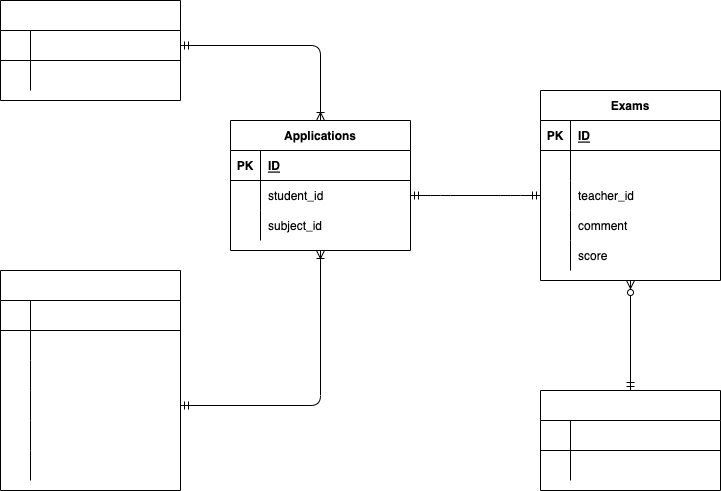
Earlier version of the draw.io export er_ensyuu.drawio.png (hijitetsu28/er_ensyu). Source tidied: cells renumbered, new cells last; positions are measured from the earlier drawing's top-left corner, leaving out a move shared by most shapes.
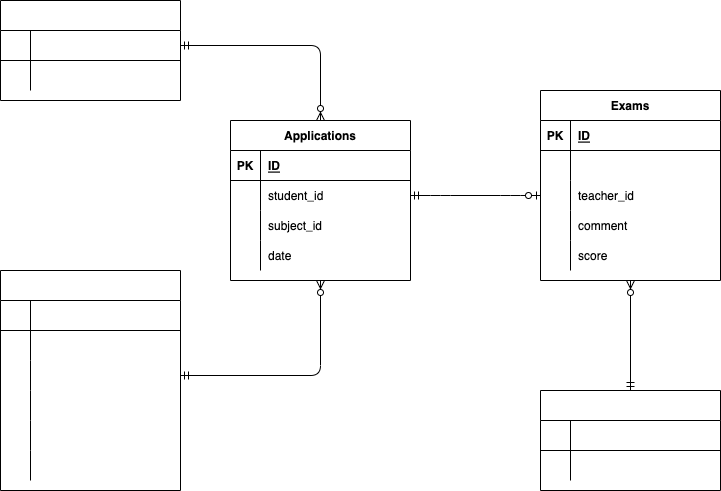
After the commit.

The edit, as a diff of the source:
```diff
@@ -150,7 +150,7 @@
       <mxGeometry x="30" width="150" height="30" as="geometry" />
     </mxCell>
     <mxCell id="51" value="Applications" style="shape=table;startSize=30;rowLines=0;fontStyle=1;align=center;" parent="1" vertex="1">
-      <mxGeometry x="230" y="120" width="180" height="130" as="geometry" />
+      <mxGeometry x="230" y="120" width="180" height="160" as="geometry" />
     </mxCell>
     <mxCell id="52" style="shape=partialRectangle;fillColor=none;top=0;left=0;bottom=1;right=0;" parent="51" vertex="1">
       <mxGeometry y="30" width="180" height="30" as="geometry" />
@@ -170,26 +170,35 @@
     <mxCell id="57" value="student_id" style="shape=partialRectangle;fillColor=none;top=0;left=0;bottom=0;right=0;align=left;spacingLeft=6;overflow=hidden;" parent="55" vertex="1">
       <mxGeometry x="30" width="150" height="30" as="geometry" />
     </mxCell>
+    <mxCell id="65" style="shape=partialRectangle;fillColor=none;top=0;left=0;bottom=0;right=0;" parent="51" vertex="1">
+      <mxGeometry y="90" width="180" height="30" as="geometry" />
+    </mxCell>
+    <mxCell id="66" style="shape=partialRectangle;fillColor=none;top=0;left=0;bottom=0;right=0;overflow=hidden;" parent="65" vertex="1">
+      <mxGeometry width="30" height="30" as="geometry" />
+    </mxCell>
+    <mxCell id="67" value="subject_id" style="shape=partialRectangle;fillColor=none;top=0;left=0;bottom=0;right=0;align=left;spacingLeft=6;overflow=hidden;" parent="65" vertex="1">
+      <mxGeometry x="30" width="150" height="30" as="geometry" />
+    </mxCell>
     <mxCell id="58" style="shape=partialRectangle;fillColor=none;top=0;left=0;bottom=0;right=0;" parent="51" vertex="1">
-      <mxGeometry y="90" width="180" height="30" as="geometry" />
+      <mxGeometry y="120" width="180" height="30" as="geometry" />
     </mxCell>
     <mxCell id="59" style="shape=partialRectangle;fillColor=none;top=0;left=0;bottom=0;right=0;overflow=hidden;" parent="58" vertex="1">
       <mxGeometry width="30" height="30" as="geometry" />
     </mxCell>
-    <mxCell id="60" value="subject_id" style="shape=partialRectangle;fillColor=none;top=0;left=0;bottom=0;right=0;align=left;spacingLeft=6;overflow=hidden;" parent="58" vertex="1">
+    <mxCell id="60" value="date" style="shape=partialRectangle;fillColor=none;top=0;left=0;bottom=0;right=0;align=left;spacingLeft=6;overflow=hidden;" parent="58" vertex="1">
       <mxGeometry x="30" width="150" height="30" as="geometry" />
     </mxCell>
+    <mxCell id="64" style="fontSize=12;html=1;endArrow=ERzeroToMany;startArrow=ERmandOne;entryX=0.5;entryY=1;entryDx=0;entryDy=0;exitX=0.5;exitY=0;exitDx=0;exitDy=0;" parent="1" edge="1" source="44" target="2">
+      <mxGeometry relative="1" as="geometry" />
+    </mxCell>
-    <mxCell id="61" style="edgeStyle=orthogonalEdgeStyle;fontSize=12;html=1;endArrow=ERoneToMany;startArrow=ERmandOne;exitX=1;exitY=0.5;exitDx=0;exitDy=0;entryX=0.5;entryY=0;entryDx=0;entryDy=0;" parent="1" edge="1" source="19" target="51">
+    <mxCell id="61" style="edgeStyle=orthogonalEdgeStyle;fontSize=12;html=1;endArrow=ERzeroToMany;startArrow=ERmandOne;exitX=1;exitY=0.5;exitDx=0;exitDy=0;entryX=0.5;entryY=0;entryDx=0;entryDy=0;" parent="1" edge="1" source="19" target="51">
       <mxGeometry relative="1" as="geometry" />
     </mxCell>
-    <mxCell id="62" style="edgeStyle=orthogonalEdgeStyle;fontSize=12;html=1;endArrow=ERoneToMany;startArrow=ERmandOne;exitX=1;exitY=0.5;exitDx=0;exitDy=0;entryX=0.5;entryY=1;entryDx=0;entryDy=0;" parent="1" edge="1" source="35" target="51">
-      <mxGeometry relative="1" as="geometry" />
-    </mxCell>
+    <mxCell id="68" style="edgeStyle=orthogonalEdgeStyle;fontSize=12;html=1;endArrow=ERzeroToMany;startArrow=ERmandOne;exitX=1;exitY=0.5;exitDx=0;exitDy=0;entryX=0.5;entryY=1;entryDx=0;entryDy=0;" parent="1" edge="1" source="32" target="51">
+      <mxGeometry relative="1" as="geometry" />
+    </mxCell>
-    <mxCell id="63" style="edgeStyle=entityRelationEdgeStyle;fontSize=12;html=1;endArrow=ERmandOne;startArrow=ERmandOne;entryX=0;entryY=0.5;entryDx=0;entryDy=0;exitX=1;exitY=0.5;exitDx=0;exitDy=0;" parent="1" edge="1" source="55" target="9">
+    <mxCell id="63" style="edgeStyle=entityRelationEdgeStyle;fontSize=12;html=1;endArrow=ERzeroToOne;startArrow=ERmandOne;entryX=0;entryY=0.5;entryDx=0;entryDy=0;exitX=1;exitY=0.5;exitDx=0;exitDy=0;" parent="1" edge="1" source="55" target="9">
       <mxGeometry relative="1" as="geometry" />
     </mxCell>
-    <mxCell id="64" style="fontSize=12;html=1;endArrow=ERzeroToMany;startArrow=ERmandOne;entryX=0.5;entryY=1;entryDx=0;entryDy=0;exitX=0.5;exitY=0;exitDx=0;exitDy=0;" parent="1" edge="1" source="44" target="2">
-      <mxGeometry relative="1" as="geometry" />
-    </mxCell>
   </root>
 </mxGraphModel>
```
